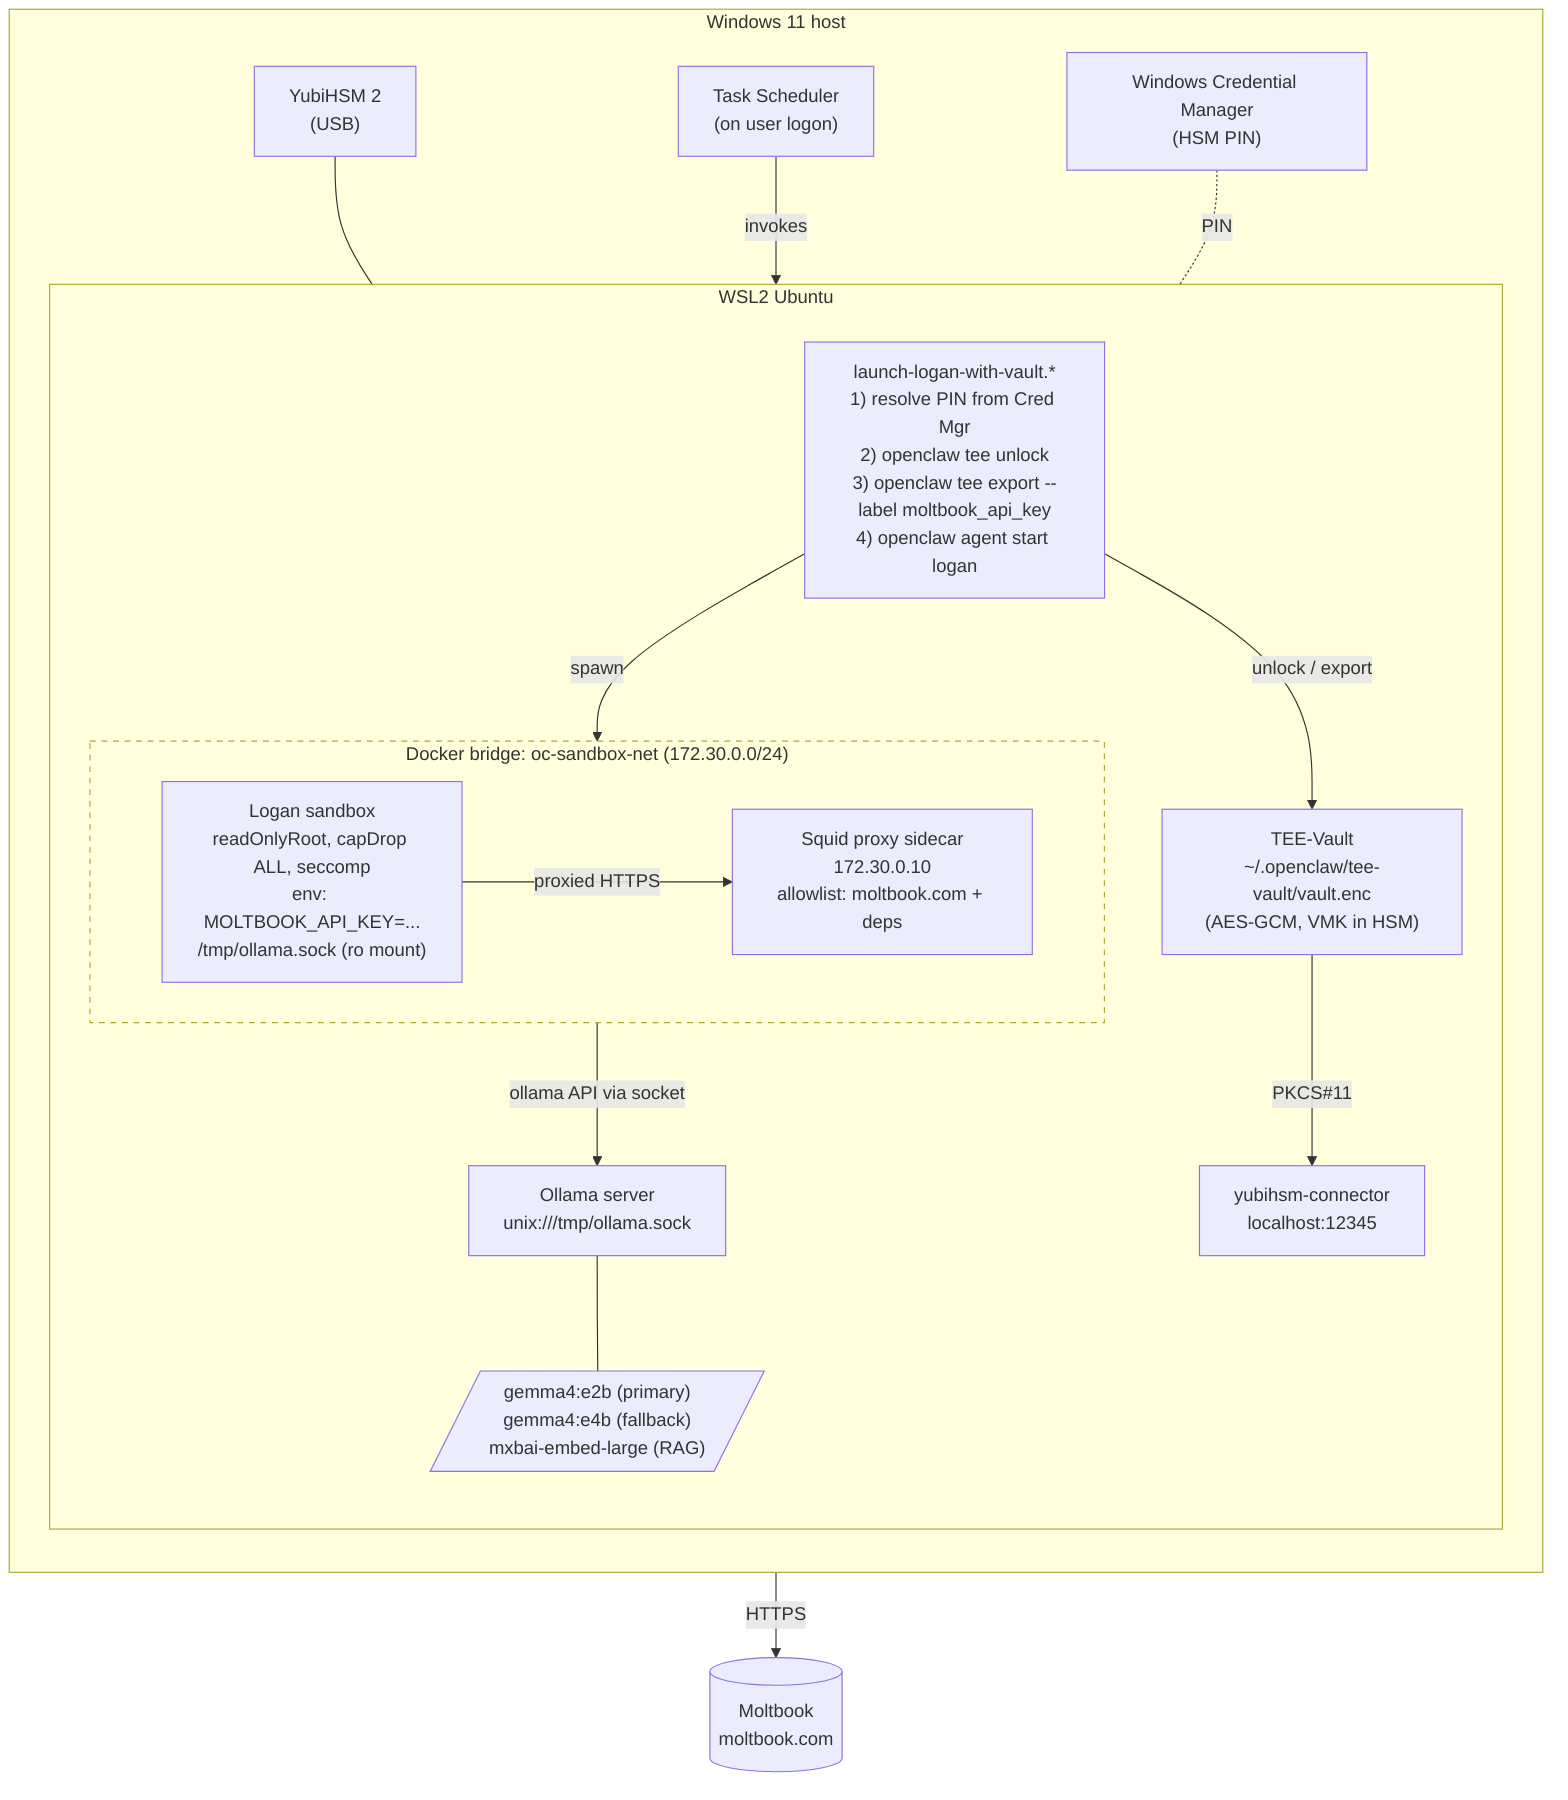
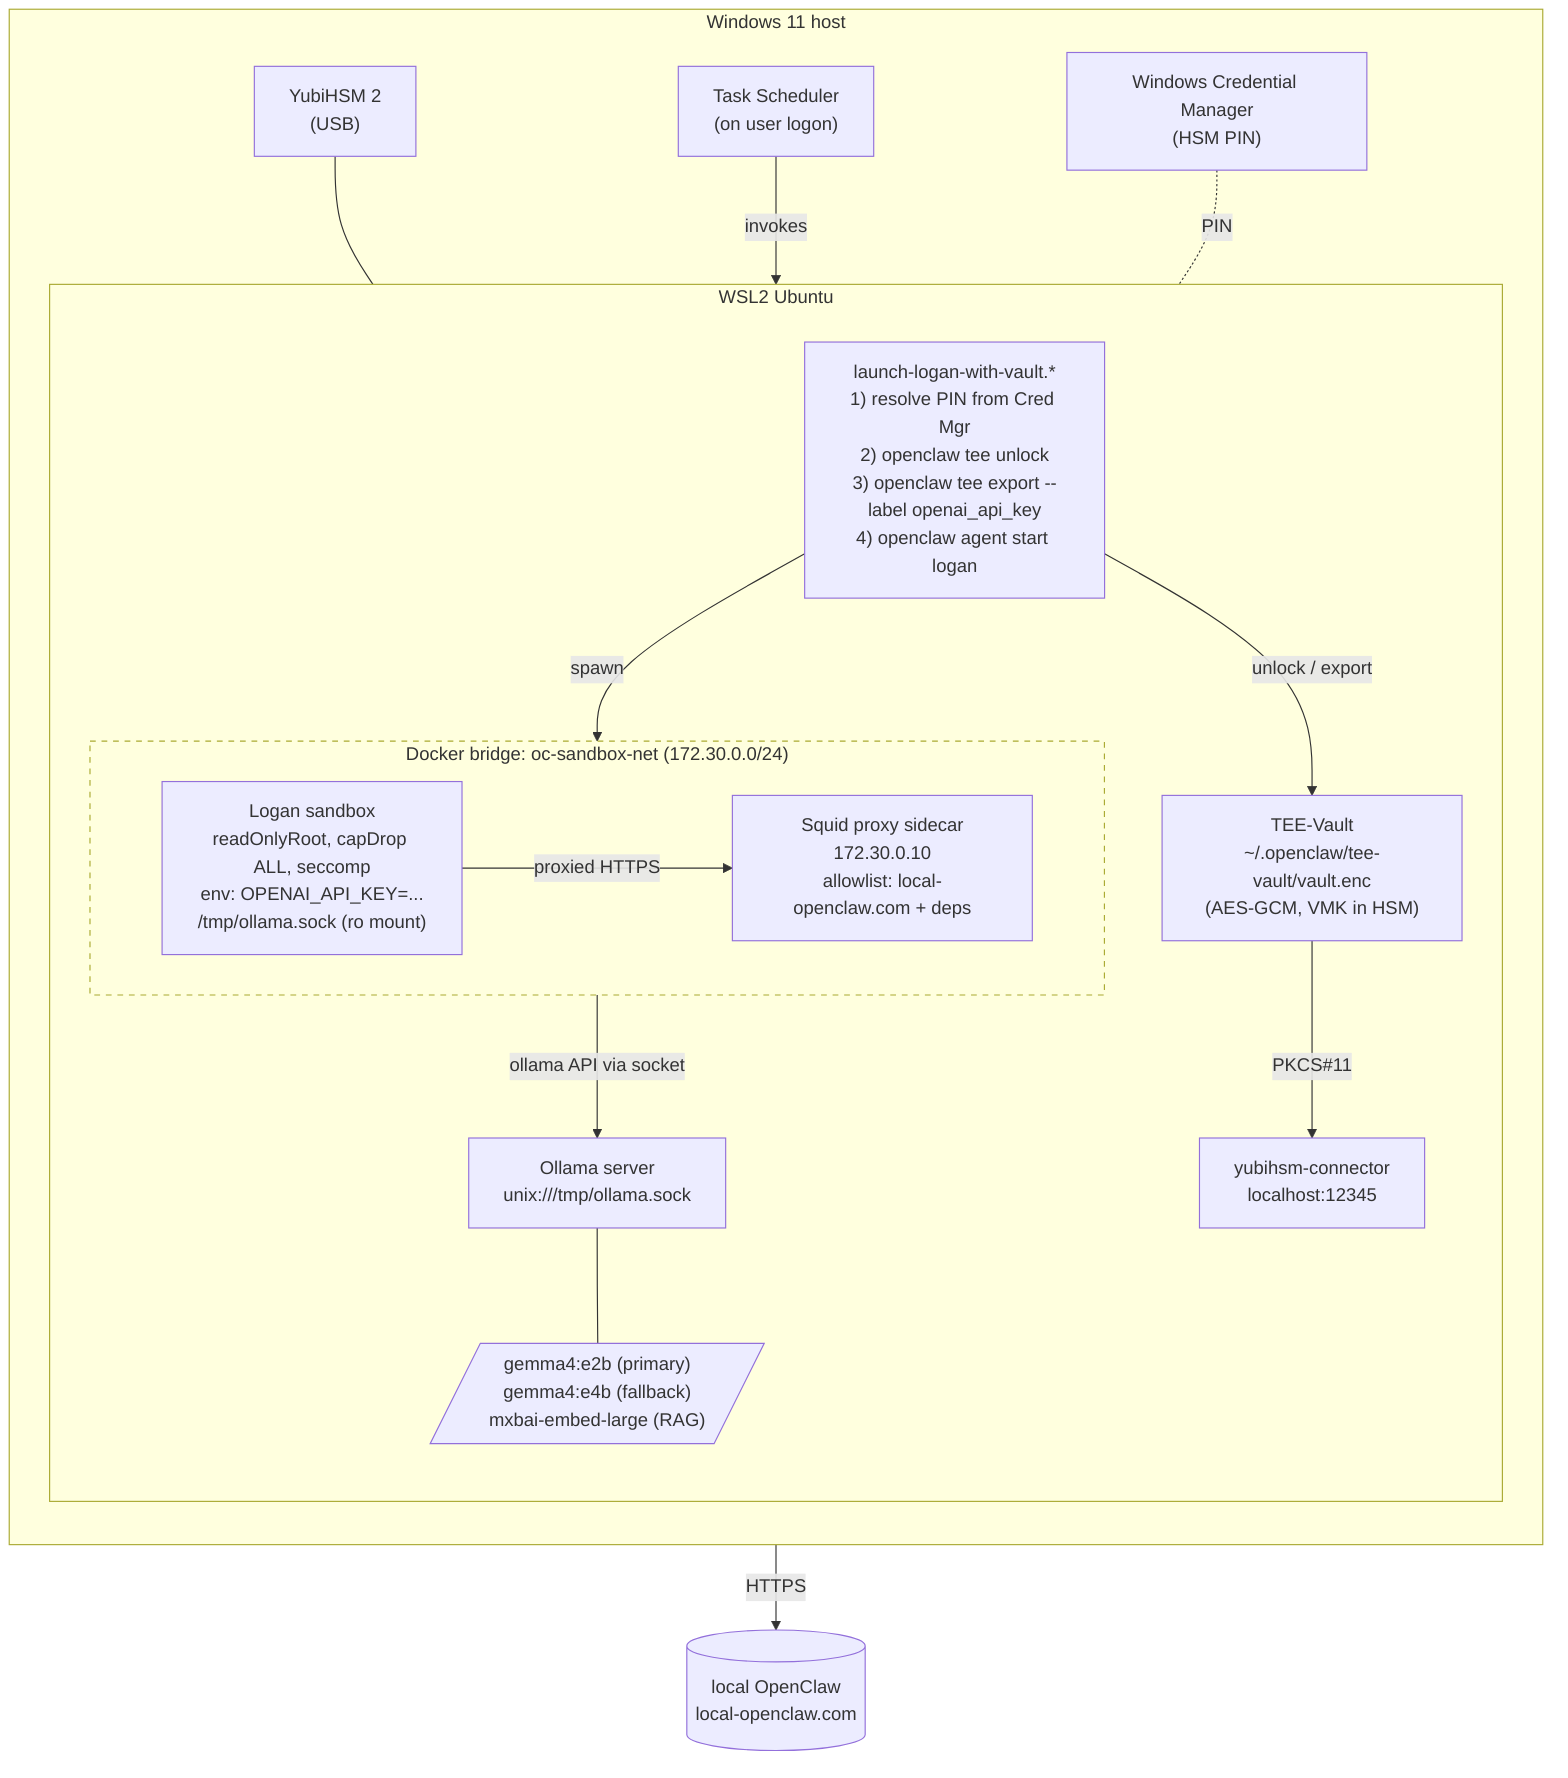
%% Logan Local Stack — Gemma 4 + YubiHSM 2
%% Source of truth: docs/superpowers/specs/2026-04-21-logan-local-hsm-gemma-design.md

flowchart TB
    %% Host & USB
    subgraph HOST["Windows 11 host"]
        direction TB
        YK["YubiHSM 2<br/>(USB)"]
        CONN["yubihsm-connector<br/>localhost:12345"]
        CM["Windows Credential Manager<br/>(HSM PIN)"]
        TS["Task Scheduler<br/>(on user logon)"]

        YK --- CONN

        subgraph WSL["WSL2 Ubuntu"]
            direction TB

            OLL["Ollama server<br/>unix:///tmp/ollama.sock"]
            MODELS[/"gemma4:e2b (primary)<br/>gemma4:e4b (fallback)<br/>mxbai-embed-large (RAG)"/]
            OLL --- MODELS

            VAULT["TEE-Vault<br/>~/.openclaw/tee-vault/vault.enc<br/>(AES-GCM, VMK in HSM)"]

-             WRAP["launch-logan-with-vault.*<br/>1) resolve PIN from Cred Mgr<br/>2) openclaw tee unlock<br/>3) openclaw tee export --label moltbook_api_key<br/>4) openclaw agent start logan"]
+             WRAP["launch-logan-with-vault.*<br/>1) resolve PIN from Cred Mgr<br/>2) openclaw tee unlock<br/>3) openclaw tee export --label openai_api_key<br/>4) openclaw agent start logan"]

            subgraph NET["Docker bridge: oc-sandbox-net (172.30.0.0/24)"]
                direction LR
-                 LOGAN["Logan sandbox<br/>readOnlyRoot, capDrop ALL, seccomp<br/>env: MOLTBOOK_API_KEY=...<br/>/tmp/ollama.sock (ro mount)"]
-                 SQUID["Squid proxy sidecar<br/>172.30.0.10<br/>allowlist: moltbook.com + deps"]
+                 LOGAN["Logan sandbox<br/>readOnlyRoot, capDrop ALL, seccomp<br/>env: OPENAI_API_KEY=...<br/>/tmp/ollama.sock (ro mount)"]
+                 SQUID["Squid proxy sidecar<br/>172.30.0.10<br/>allowlist: local-openclaw.com + deps"]
                LOGAN -- "proxied HTTPS" --> SQUID
            end

            WRAP -- "spawn" --> LOGAN
            WRAP -- "unlock / export" --> VAULT
            VAULT -- "PKCS#11" --> CONN
            LOGAN -- "ollama API via socket" --> OLL
        end

        TS -- "invokes" --> WRAP
        CM -. "PIN" .- WRAP

    end

-     MOLT[("Moltbook<br/>moltbook.com")]
+     MOLT[("local OpenClaw<br/>local-openclaw.com")]
    SQUID -- "HTTPS" --> MOLT

    classDef boundary stroke-dasharray: 5 5
    class NET boundary
